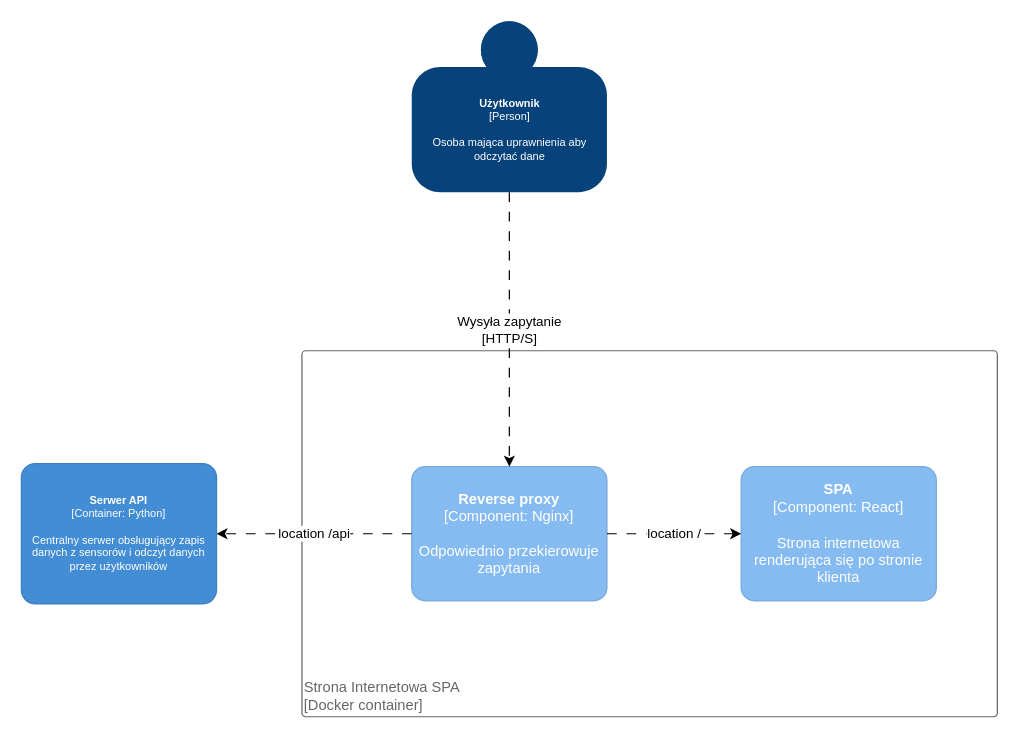
Above: page "Strona Internetowa" (5 of 5) of docs/architecture/c4-pzsp2.drawio in sysy-inc/pzsp2-24z (draw.io), before the change. Source tidied: cells renumbered, new cells numbered last; positions are measured from the earlier drawing's top-left corner, leaving out a move shared by most shapes. Both pictures are drawn from the tidied source at 122%, with x=0, y=0 at pixel (21, 21).
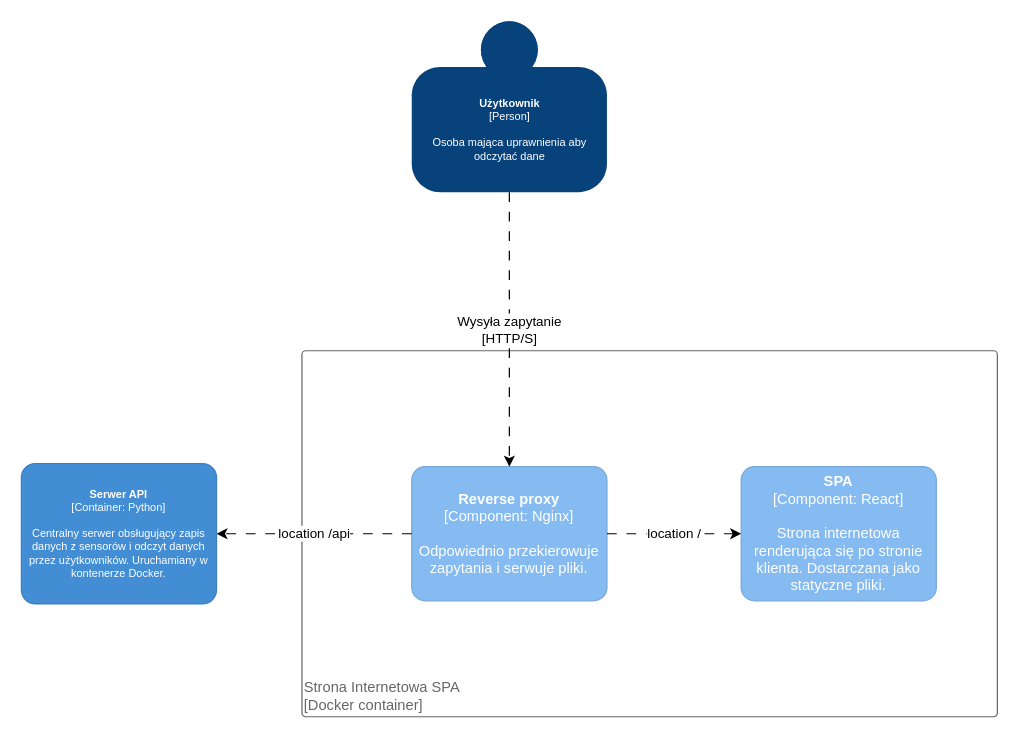
The same page after the edit.

Diff of the diagram source:
```diff
@@
 <mxGraphModel>
   <root>
     <mxCell id="0" />
     <mxCell id="1" parent="0" />
     <mxCell id="2" value="Strona Internetowa SPA&lt;div&gt;[Docker container]&lt;/div&gt;" style="rounded=1;whiteSpace=wrap;html=1;labelBackgroundColor=none;fillColor=#ffffff;align=left;arcSize=1;verticalAlign=bottom;strokeColor=#666666;fontColor=#666666;" parent="1" vertex="1">
       <mxGeometry x="230" y="270" width="570" height="300" as="geometry" />
     </mxCell>
-    <object id="3" label="&lt;b&gt;%c4Name%&lt;/b&gt;&lt;div&gt;[%c4Type%: %c4Technology%]&lt;/div&gt;&lt;br&gt;&lt;div&gt;%c4Description%&lt;/div&gt;" c4Description="Odpowiednio przekierowuje zapytania" c4Name="Reverse proxy" c4Technology="Nginx" c4Type="Component" placeholders="1">
+    <object id="3" label="&lt;b&gt;%c4Name%&lt;/b&gt;&lt;div&gt;[%c4Type%: %c4Technology%]&lt;/div&gt;&lt;br&gt;&lt;div&gt;%c4Description%&lt;/div&gt;" c4Description="Odpowiednio przekierowuje zapytania i serwuje pliki." c4Name="Reverse proxy" c4Technology="Nginx" c4Type="Component" placeholders="1">
       <mxCell style="rounded=1;whiteSpace=wrap;html=1;labelBackgroundColor=none;fillColor=#85BBF0;fontColor=#ffffff;align=center;arcSize=10;strokeColor=#78A8D8;metaData={&quot;c4Type&quot;:{&quot;editable&quot;:false}};points=[[0.25,0,0],[0.5,0,0],[0.75,0,0],[1,0.25,0],[1,0.5,0],[1,0.75,0],[0.75,1,0],[0.5,1,0],[0.25,1,0],[0,0.75,0],[0,0.5,0],[0,0.25,0]];" parent="1" vertex="1">
         <mxGeometry x="320" y="365" width="160" height="110" as="geometry" />
       </mxCell>
     </object>
     <object id="4" label="&lt;b style=&quot;font-size: 9px;&quot;&gt;%c4Name%&lt;/b&gt;&lt;div style=&quot;font-size: 9px;&quot;&gt;[%c4Type%]&lt;/div&gt;&lt;br style=&quot;font-size: 9px;&quot;&gt;&lt;div style=&quot;font-size: 9px;&quot;&gt;%c4Description%&lt;/div&gt;" c4Description="Osoba mająca uprawnienia aby&#10;odczytać dane" c4Name="Użytkownik" c4Type="Person" placeholders="1">
       <mxCell style="html=1;dashed=0;whitespace=wrap;fillColor=#08427b;strokeColor=none;fontColor=#ffffff;shape=mxgraph.c4.person;align=center;points=[[0.5,0,0],[1,0.5,0],[1,0.75,0],[0.75,1,0],[0.5,1,0],[0.25,1,0],[0,0.75,0],[0,0.5,0]];metaData={&quot;c4Type&quot;:{&quot;editable&quot;:false}};fontSize=9;" parent="1" vertex="1">
         <mxGeometry x="320" width="160" height="140" as="geometry" />
       </mxCell>
     </object>
     <mxCell id="5" value="Wysyła zapytanie&lt;div&gt;[HTTP/S]&lt;/div&gt;" style="edgeStyle=orthogonalEdgeStyle;rounded=0;jettySize=auto;html=1;entryX=0.5;entryY=0;entryDx=0;entryDy=0;entryPerimeter=0;dashed=1;dashPattern=8 8;" parent="1" edge="1" source="4" target="3">
       <mxGeometry relative="1" as="geometry" />
     </mxCell>
-    <object id="6" label="&lt;b&gt;%c4Name%&lt;/b&gt;&lt;div&gt;[%c4Type%: %c4Technology%]&lt;/div&gt;&lt;br&gt;&lt;div&gt;%c4Description%&lt;/div&gt;" c4Description="Strona internetowa renderująca się po stronie klienta" c4Name="SPA" c4Technology="React" c4Type="Component" placeholders="1">
+    <object id="6" label="&lt;b&gt;%c4Name%&lt;/b&gt;&lt;div&gt;[%c4Type%: %c4Technology%]&lt;/div&gt;&lt;br&gt;&lt;div&gt;%c4Description%&lt;/div&gt;" c4Description="Strona internetowa renderująca się po stronie klienta. Dostarczana jako statyczne pliki." c4Name="SPA" c4Technology="React" c4Type="Component" placeholders="1">
       <mxCell style="rounded=1;whiteSpace=wrap;html=1;labelBackgroundColor=none;fillColor=#85BBF0;fontColor=#ffffff;align=center;arcSize=10;strokeColor=#78A8D8;metaData={&quot;c4Type&quot;:{&quot;editable&quot;:false}};points=[[0.25,0,0],[0.5,0,0],[0.75,0,0],[1,0.25,0],[1,0.5,0],[1,0.75,0],[0.75,1,0],[0.5,1,0],[0.25,1,0],[0,0.75,0],[0,0.5,0],[0,0.25,0]];" parent="1" vertex="1">
         <mxGeometry x="590" y="365" width="160" height="110" as="geometry" />
       </mxCell>
     </object>
     <mxCell id="7" value="location /" style="edgeStyle=orthogonalEdgeStyle;rounded=0;jettySize=auto;html=1;entryX=0;entryY=0.5;entryDx=0;entryDy=0;entryPerimeter=0;dashed=1;dashPattern=8 8;" parent="1" edge="1" source="3" target="6">
       <mxGeometry relative="1" as="geometry" />
     </mxCell>
-    <object id="8" label="&lt;b style=&quot;font-size: 9px;&quot;&gt;%c4Name%&lt;/b&gt;&lt;div style=&quot;font-size: 9px;&quot;&gt;[%c4Type%: %c4Technology%]&lt;/div&gt;&lt;br style=&quot;font-size: 9px;&quot;&gt;&lt;div style=&quot;font-size: 9px;&quot;&gt;%c4Description%&lt;/div&gt;" c4Description="Centralny serwer obsługujący zapis danych z sensorów i odczyt danych przez użytkowników" c4Name="Serwer API" c4Technology="Python" c4Type="Container" placeholders="1">
+    <object id="8" label="&lt;b style=&quot;font-size: 9px;&quot;&gt;%c4Name%&lt;/b&gt;&lt;div style=&quot;font-size: 9px;&quot;&gt;[%c4Type%: %c4Technology%]&lt;/div&gt;&lt;br style=&quot;font-size: 9px;&quot;&gt;&lt;div style=&quot;font-size: 9px;&quot;&gt;%c4Description%&lt;/div&gt;" c4Description="Centralny serwer obsługujący zapis danych z sensorów i odczyt danych przez użytkowników. Uruchamiany w kontenerze Docker." c4Name="Serwer API" c4Technology="Python" c4Type="Container" placeholders="1">
       <mxCell style="rounded=1;whiteSpace=wrap;html=1;labelBackgroundColor=none;fillColor=#438DD5;fontColor=#ffffff;align=center;arcSize=10;strokeColor=#3C7FC0;metaData={&quot;c4Type&quot;:{&quot;editable&quot;:false}};points=[[0.25,0,0],[0.5,0,0],[0.75,0,0],[1,0.25,0],[1,0.5,0],[1,0.75,0],[0.75,1,0],[0.5,1,0],[0.25,1,0],[0,0.75,0],[0,0.5,0],[0,0.25,0]];fontSize=9;" parent="1" vertex="1">
         <mxGeometry y="362.5" width="160" height="115" as="geometry" />
       </mxCell>
     </object>
     <mxCell id="9" value="location /api" style="edgeStyle=orthogonalEdgeStyle;rounded=0;jettySize=auto;html=1;entryX=1;entryY=0.5;entryDx=0;entryDy=0;entryPerimeter=0;dashed=1;dashPattern=8 8;" parent="1" edge="1" source="3" target="8">
       <mxGeometry relative="1" as="geometry" />
     </mxCell>
   </root>
 </mxGraphModel>
```
